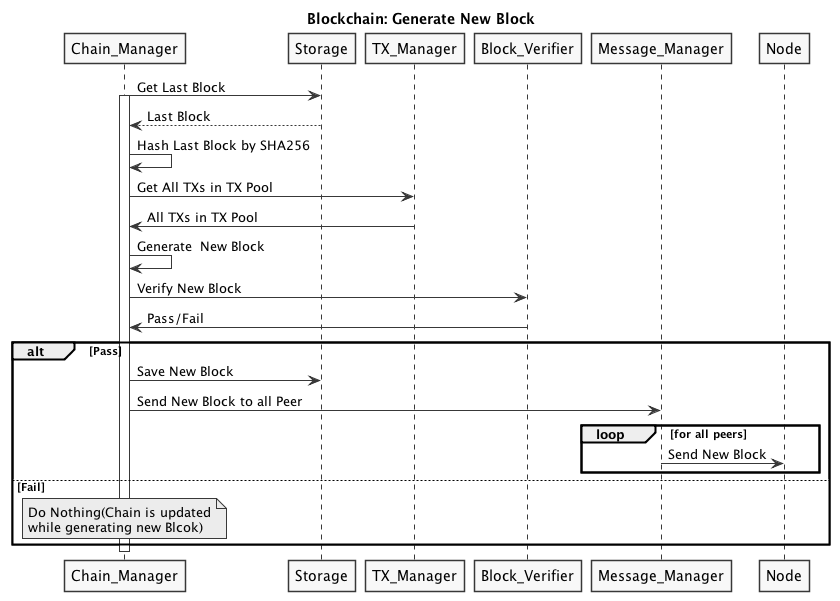
This is uml/seq_generate_block.png from chike0905/blockchain, a PlantUML export, as it was before one commit.
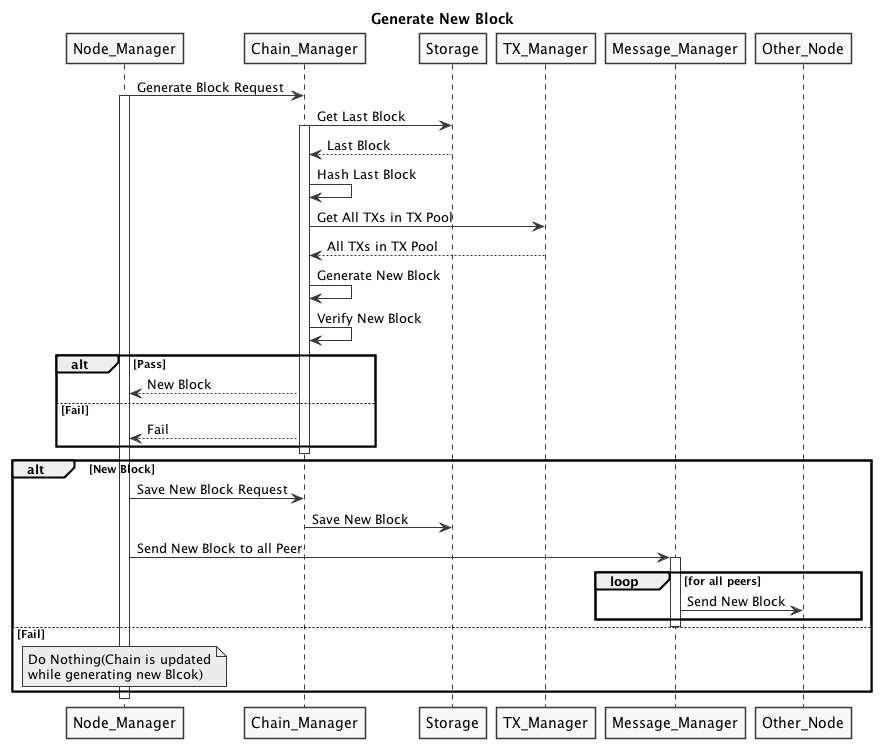
The same diagram one commit later.

Commit message:
add Node_Manager in seq_generate_block

What changed in the source:
```diff
@@ -2,25 +2,35 @@
 skinparam shadowing false
 skinparam monochrome true
 
-title Blockchain: Generate New Block
+title Generate New Block
 
+Node_Manager -> Chain_Manager: Generate Block Request
+activate Node_Manager
 Chain_Manager -> Storage: Get Last Block
 activate Chain_Manager
 Storage --> Chain_Manager: Last Block
-Chain_Manager -> Chain_Manager: Hash Last Block by SHA256
+Chain_Manager -> Chain_Manager: Hash Last Block
 Chain_Manager -> TX_Manager: Get All TXs in TX Pool
-TX_Manager -> Chain_Manager: All TXs in TX Pool
-Chain_Manager -> Chain_Manager: Generate  New Block
-Chain_Manager -> Block_Verifier: Verify New Block
-Block_Verifier -> Chain_Manager: Pass/Fail
+TX_Manager --> Chain_Manager: All TXs in TX Pool
+Chain_Manager -> Chain_Manager: Generate New Block
+Chain_Manager -> Chain_Manager: Verify New Block
 alt Pass
-  Chain_Manager -> Storage: Save New Block
-  Chain_Manager -> Message_Manager: Send New Block to all Peer
-  loop for all peers
-    Message_Manager -> Node: Send New Block
-  end
+  Chain_Manager --> Node_Manager: New Block
 else Fail
-  note over Chain_Manager: Do Nothing(Chain is updated\nwhile generating new Blcok)
+  Chain_Manager --> Node_Manager: Fail
 end
 deactivate Chain_Manager
+alt New Block
+  Node_Manager -> Chain_Manager: Save New Block Request
+  Chain_Manager -> Storage: Save New Block
+  Node_Manager -> Message_Manager: Send New Block to all Peer
+  activate Message_Manager
+  loop for all peers
+    Message_Manager -> Other_Node: Send New Block
+  end
+  deactivate Message_Manager
+else Fail
+  note over Node_Manager: Do Nothing(Chain is updated\nwhile generating new Blcok)
+end
+deactivate Node_Manager
 @enduml
```
